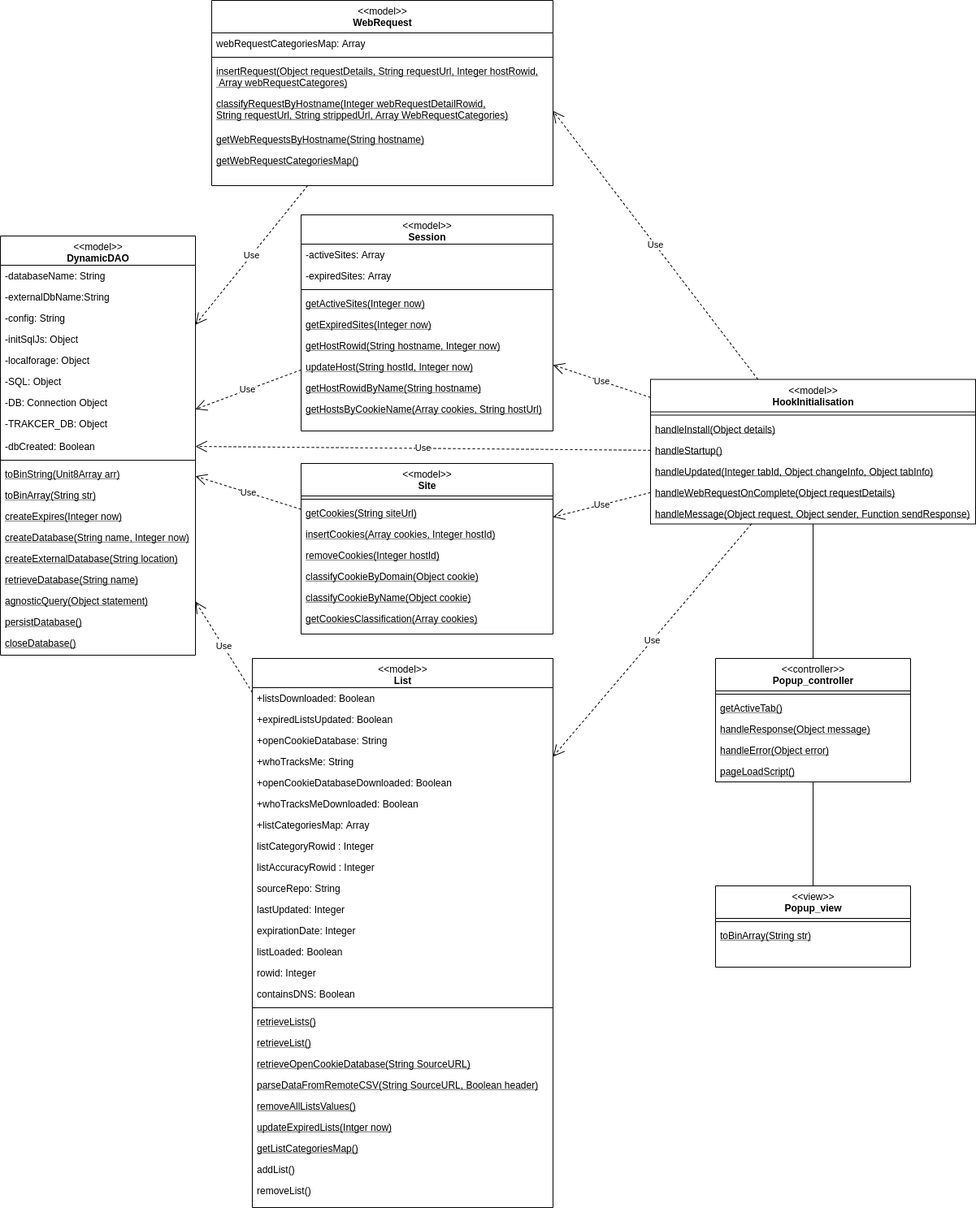
19ATF72/Telemetry-Analysis keeps this draw.io diagram as documentation/Class-Diagram-Design/Class-Diagram.png. Above is the earlier version. Source tidied: cells renumbered, new cells last; positions are measured from the earlier drawing's top-left corner, leaving out a move shared by most shapes.
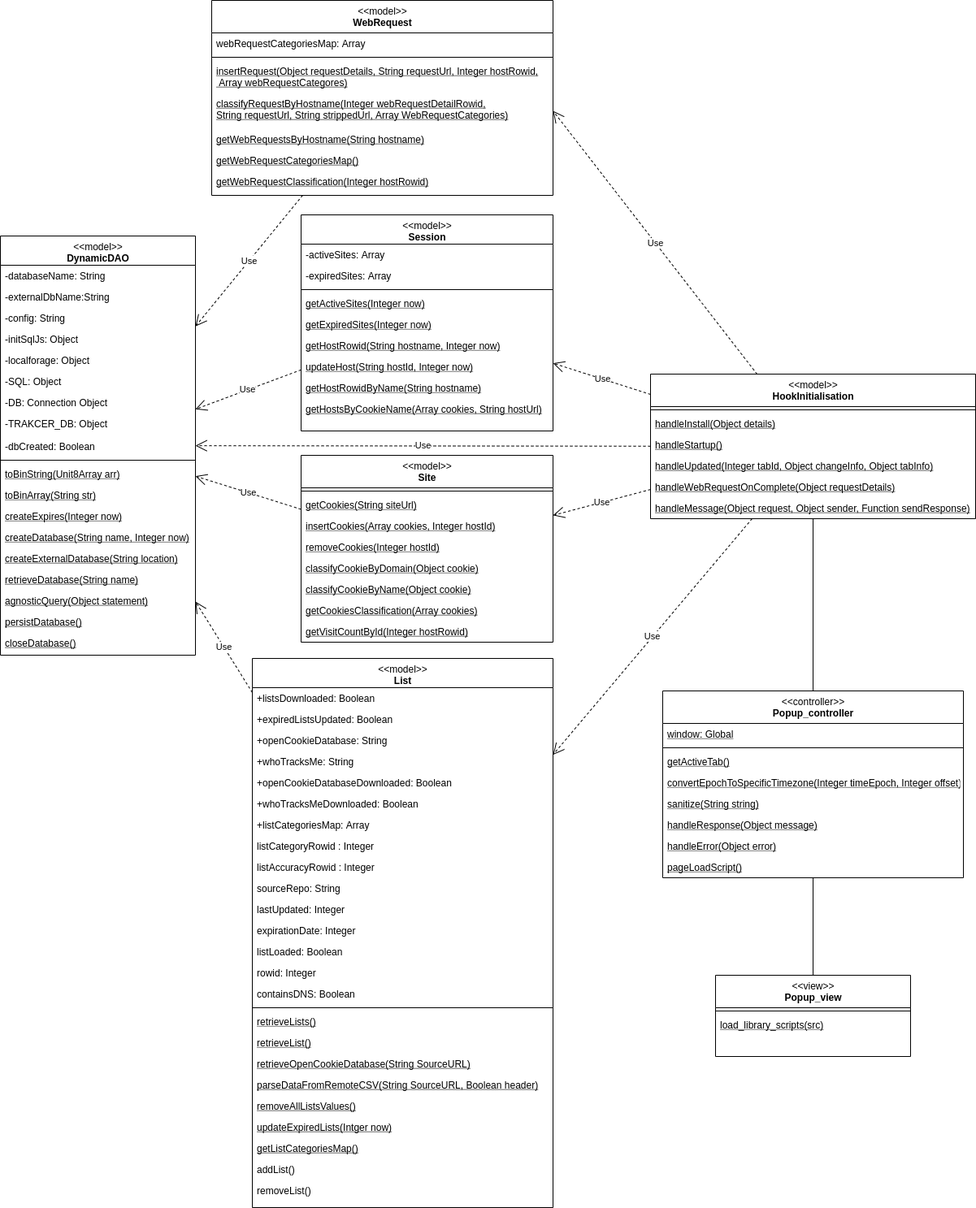
After the commit.

Diff of the diagram source:
```diff
@@ -171,7 +171,7 @@
       <mxGeometry y="226" width="310" height="26" as="geometry" />
     </mxCell>
     <mxCell id="58" value="&amp;lt;&amp;lt;model&amp;gt;&amp;gt;&lt;br&gt;&lt;b&gt;Site&lt;/b&gt;" style="swimlane;fontStyle=0;align=center;verticalAlign=top;horizontal=1;startSize=40;rounded=0;shadow=0;strokeWidth=1;html=1;" parent="1" vertex="1">
-      <mxGeometry x="370" y="570" width="310" height="210" as="geometry" />
+      <mxGeometry x="370" y="560" width="310" height="230" as="geometry" />
     </mxCell>
     <mxCell id="59" style="line;html=1;strokeWidth=1;align=left;verticalAlign=middle;spacingTop=-1;spacingLeft=3;spacingRight=3;labelPosition=right;" parent="58" vertex="1">
       <mxGeometry y="40" width="310" height="8" as="geometry" />
@@ -194,8 +194,11 @@
     <mxCell id="65" value="getCookiesClassification(Array cookies)" style="text;align=left;verticalAlign=top;spacingLeft=4;spacingRight=4;overflow=hidden;fontStyle=4;" parent="58" vertex="1">
       <mxGeometry y="178" width="310" height="26" as="geometry" />
     </mxCell>
+    <mxCell id="100" value="getVisitCountById(Integer hostRowid)" style="text;align=left;verticalAlign=top;spacingLeft=4;spacingRight=4;overflow=hidden;fontStyle=4;" parent="58" vertex="1">
+      <mxGeometry y="204" width="310" height="26" as="geometry" />
+    </mxCell>
     <mxCell id="66" value="&amp;lt;&amp;lt;model&amp;gt;&amp;gt;&lt;br&gt;&lt;b&gt;WebRequest&lt;/b&gt;" style="swimlane;fontStyle=0;align=center;verticalAlign=top;horizontal=1;startSize=40;rounded=0;shadow=0;strokeWidth=1;html=1;" parent="1" vertex="1">
-      <mxGeometry x="260" width="420" height="228" as="geometry" />
+      <mxGeometry x="260" width="420" height="240" as="geometry" />
     </mxCell>
     <mxCell id="67" value="webRequestCategoriesMap: Array" style="text;align=left;verticalAlign=top;spacingLeft=4;spacingRight=4;overflow=hidden;" parent="66" vertex="1">
       <mxGeometry y="40" width="420" height="26" as="geometry" />
@@ -213,8 +216,11 @@
       <mxGeometry y="158" width="420" height="26" as="geometry" />
     </mxCell>
     <mxCell id="72" value="getWebRequestCategoriesMap()" style="text;align=left;verticalAlign=top;spacingLeft=4;spacingRight=4;overflow=hidden;fontStyle=4;" parent="66" vertex="1">
-      <mxGeometry y="184" width="420" height="44" as="geometry" />
+      <mxGeometry y="184" width="420" height="26" as="geometry" />
     </mxCell>
+    <mxCell id="101" value="getWebRequestClassification(Integer hostRowid)" style="text;align=left;verticalAlign=top;spacingLeft=4;spacingRight=4;overflow=hidden;fontStyle=4;" parent="66" vertex="1">
+      <mxGeometry y="210" width="420" height="30" as="geometry" />
+    </mxCell>
     <mxCell id="73" value="Use" style="endArrow=open;endSize=12;dashed=1;html=1;" parent="1" edge="1" source="2" target="28">
       <mxGeometry relative="1" as="geometry" />
     </mxCell>
@@ -228,7 +234,7 @@
       <mxGeometry relative="1" as="geometry" />
     </mxCell>
     <mxCell id="77" value="&amp;lt;&amp;lt;model&amp;gt;&amp;gt;&lt;br&gt;&lt;b&gt;HookInitialisation&lt;/b&gt;" style="swimlane;fontStyle=0;align=center;verticalAlign=top;horizontal=1;startSize=40;rounded=0;shadow=0;strokeWidth=1;html=1;" parent="1" vertex="1">
-      <mxGeometry x="800" y="466.5" width="400" height="178" as="geometry" />
+      <mxGeometry x="800" y="460" width="400" height="178" as="geometry" />
     </mxCell>
     <mxCell id="78" style="line;html=1;strokeWidth=1;align=left;verticalAlign=middle;spacingTop=-1;spacingLeft=3;spacingRight=3;labelPosition=right;" parent="77" vertex="1">
       <mxGeometry y="40" width="400" height="8" as="geometry" />
@@ -249,30 +255,39 @@
       <mxGeometry y="152" width="400" height="26" as="geometry" />
     </mxCell>
     <mxCell id="84" value="&amp;lt;&amp;lt;controller&amp;gt;&amp;gt;&lt;br&gt;&lt;b&gt;Popup_controller&lt;/b&gt;" style="swimlane;fontStyle=0;align=center;verticalAlign=top;horizontal=1;startSize=40;rounded=0;shadow=0;strokeWidth=1;html=1;" parent="1" vertex="1">
-      <mxGeometry x="880" y="810" width="240" height="152" as="geometry" />
+      <mxGeometry x="815" y="850" width="370" height="230" as="geometry" />
     </mxCell>
+    <mxCell id="102" value="window: Global" style="text;align=left;verticalAlign=top;spacingLeft=4;spacingRight=4;overflow=hidden;fontStyle=4;" parent="84" vertex="1">
+      <mxGeometry y="40" width="370" height="26" as="geometry" />
+    </mxCell>
     <mxCell id="85" style="line;html=1;strokeWidth=1;align=left;verticalAlign=middle;spacingTop=-1;spacingLeft=3;spacingRight=3;labelPosition=right;" parent="84" vertex="1">
-      <mxGeometry y="40" width="240" height="8" as="geometry" />
+      <mxGeometry y="66" width="370" height="8" as="geometry" />
     </mxCell>
     <mxCell id="86" value="getActiveTab()" style="text;align=left;verticalAlign=top;spacingLeft=4;spacingRight=4;overflow=hidden;fontStyle=4;" parent="84" vertex="1">
-      <mxGeometry y="48" width="240" height="26" as="geometry" />
+      <mxGeometry y="74" width="370" height="26" as="geometry" />
     </mxCell>
+    <mxCell id="103" value="convertEpochToSpecificTimezone(Integer timeEpoch, Integer offset)" style="text;align=left;verticalAlign=top;spacingLeft=4;spacingRight=4;overflow=hidden;fontStyle=4;" parent="84" vertex="1">
+      <mxGeometry y="100" width="370" height="26" as="geometry" />
+    </mxCell>
+    <mxCell id="104" value="sanitize(String string)" style="text;align=left;verticalAlign=top;spacingLeft=4;spacingRight=4;overflow=hidden;fontStyle=4;" parent="84" vertex="1">
+      <mxGeometry y="126" width="370" height="26" as="geometry" />
+    </mxCell>
     <mxCell id="87" value="handleResponse(Object message)" style="text;align=left;verticalAlign=top;spacingLeft=4;spacingRight=4;overflow=hidden;fontStyle=4;" parent="84" vertex="1">
-      <mxGeometry y="74" width="240" height="26" as="geometry" />
+      <mxGeometry y="152" width="370" height="26" as="geometry" />
     </mxCell>
     <mxCell id="88" value="handleError(Object error)" style="text;align=left;verticalAlign=top;spacingLeft=4;spacingRight=4;overflow=hidden;fontStyle=4;" parent="84" vertex="1">
-      <mxGeometry y="100" width="240" height="26" as="geometry" />
+      <mxGeometry y="178" width="370" height="26" as="geometry" />
     </mxCell>
     <mxCell id="89" value="pageLoadScript()" style="text;align=left;verticalAlign=top;spacingLeft=4;spacingRight=4;overflow=hidden;fontStyle=4;" parent="84" vertex="1">
-      <mxGeometry y="126" width="240" height="26" as="geometry" />
+      <mxGeometry y="204" width="370" height="26" as="geometry" />
     </mxCell>
     <mxCell id="90" value="&amp;lt;&amp;lt;view&amp;gt;&amp;gt;&lt;br&gt;&lt;b&gt;Popup_view&lt;/b&gt;" style="swimlane;fontStyle=0;align=center;verticalAlign=top;horizontal=1;startSize=40;rounded=0;shadow=0;strokeWidth=1;html=1;" parent="1" vertex="1">
-      <mxGeometry x="880" y="1090" width="240" height="100" as="geometry" />
+      <mxGeometry x="880" y="1200" width="240" height="100" as="geometry" />
     </mxCell>
     <mxCell id="91" style="line;html=1;strokeWidth=1;align=left;verticalAlign=middle;spacingTop=-1;spacingLeft=3;spacingRight=3;labelPosition=right;" parent="90" vertex="1">
       <mxGeometry y="40" width="240" height="8" as="geometry" />
     </mxCell>
-    <mxCell id="92" value="toBinArray(String str)" style="text;align=left;verticalAlign=top;spacingLeft=4;spacingRight=4;overflow=hidden;fontStyle=4;" parent="90" vertex="1">
+    <mxCell id="92" value="load_library_scripts(src)" style="text;align=left;verticalAlign=top;spacingLeft=4;spacingRight=4;overflow=hidden;fontStyle=4;" parent="90" vertex="1">
       <mxGeometry y="48" width="240" height="26" as="geometry" />
     </mxCell>
     <mxCell id="93" style="endArrow=none;html=1;" parent="1" edge="1" source="90" target="84">
```
